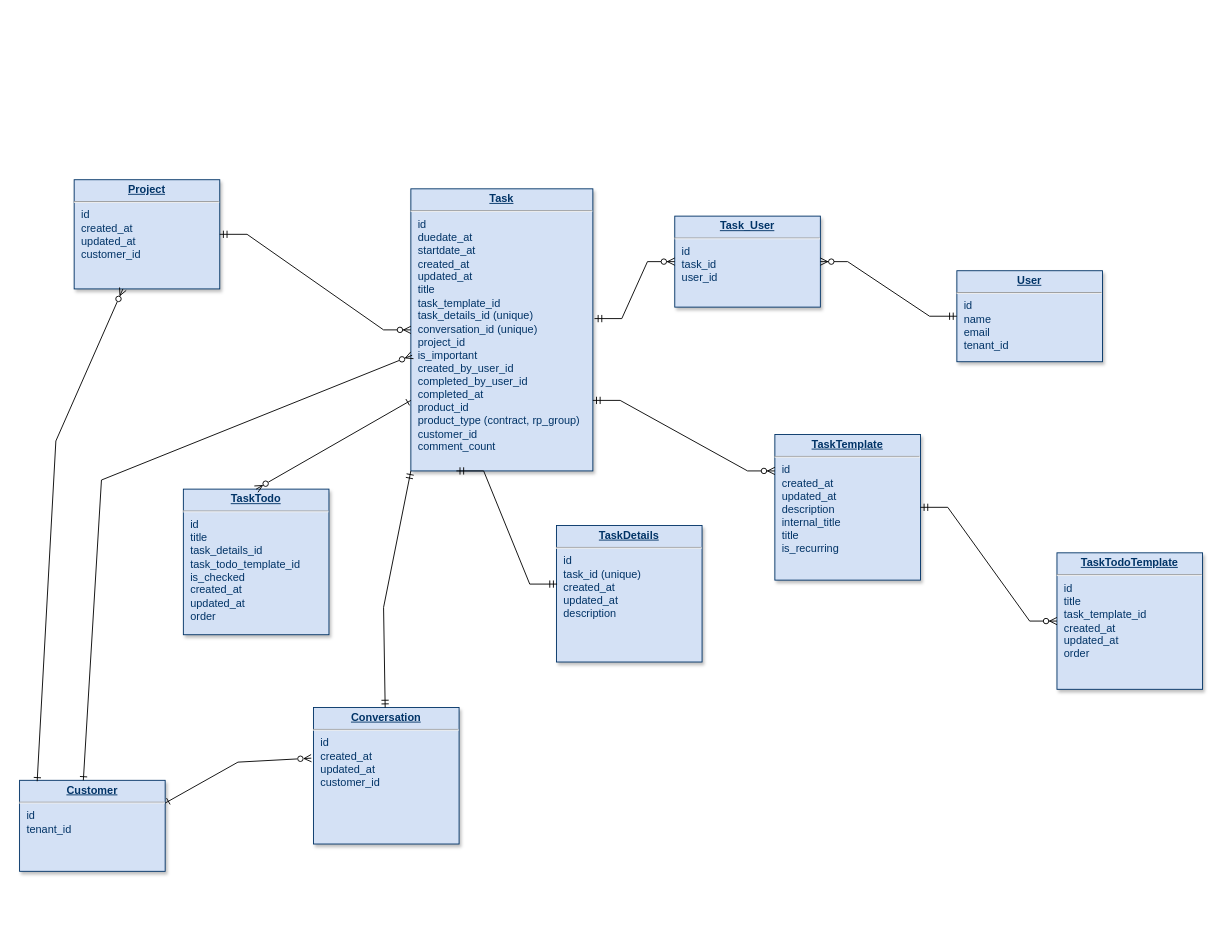
sanderha/diagrams-repo keeps this draw.io diagram as tasks.drawio. Above is the earlier version. Source tidied: cells renumbered, new cells numbered last; positions are measured from the earlier drawing's top-left corner, leaving out a move shared by most shapes. Both pictures are drawn from the tidied source at 91%, with x=0, y=0 at pixel (19, 179).
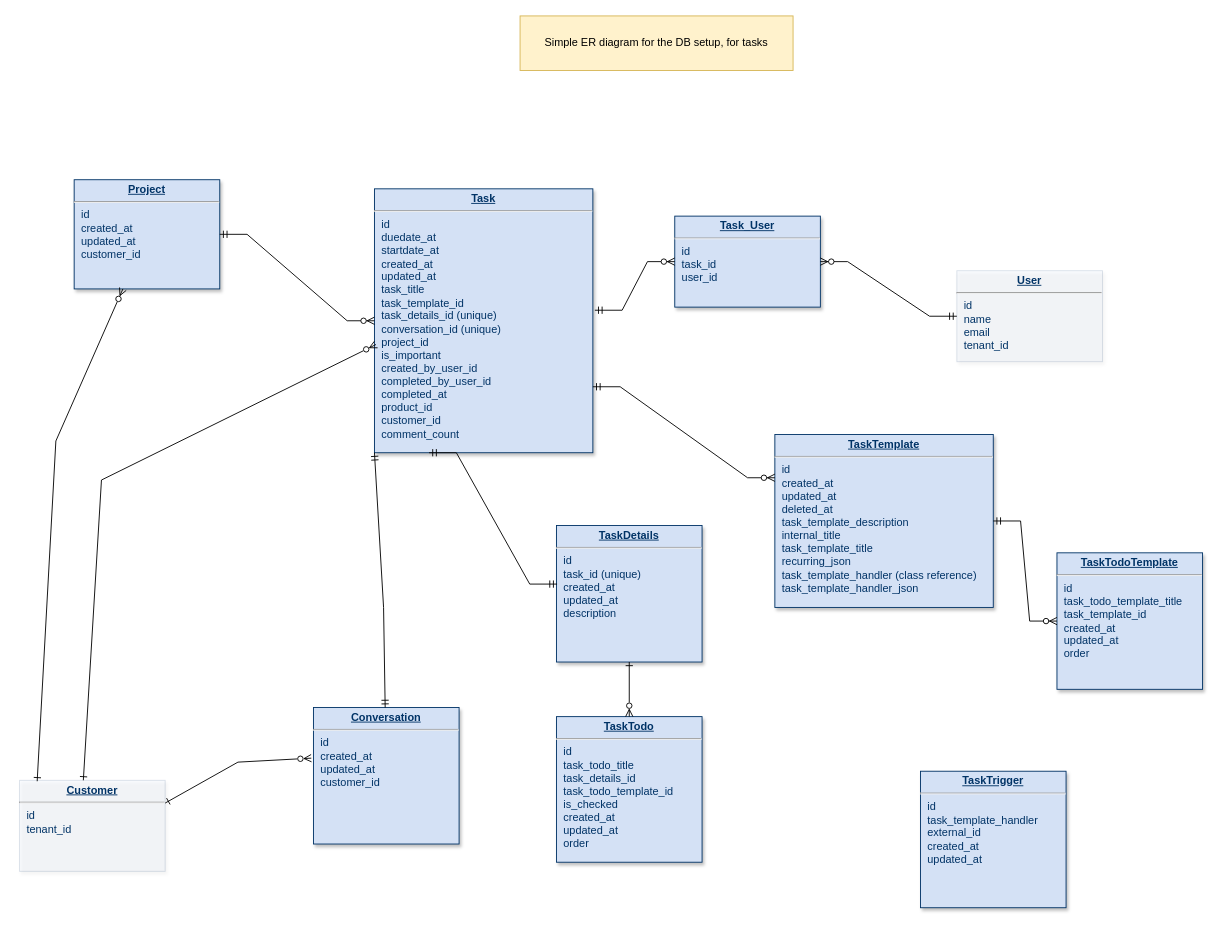
The same diagram, later.

The change refers to these unchanged cells:
```xml
<mxCell id="6" value="&lt;p style=&quot;margin: 0px ; margin-top: 4px ; text-align: center ; text-decoration: underline&quot;&gt;&lt;strong&gt;TaskDetails&lt;/strong&gt;&lt;/p&gt;&lt;hr&gt;&lt;p style=&quot;margin: 0px ; margin-left: 8px&quot;&gt;id&lt;/p&gt;&lt;p style=&quot;margin: 0px ; margin-left: 8px&quot;&gt;task_id (unique)&lt;br&gt;&lt;/p&gt;&lt;p style=&quot;margin: 0px ; margin-left: 8px&quot;&gt;created_at&lt;/p&gt;&lt;p style=&quot;margin: 0px ; margin-left: 8px&quot;&gt;updated_at&lt;/p&gt;&lt;p style=&quot;margin: 0px ; margin-left: 8px&quot;&gt;description&lt;br&gt;&lt;/p&gt;" style="verticalAlign=top;align=left;overflow=fill;fontSize=12;fontFamily=Helvetica;html=1;strokeColor=#003366;shadow=1;fillColor=#D4E1F5;fontColor=#003366;" parent="1" vertex="1">
  <mxGeometry x="590" y="380" width="160" height="150" as="geometry" />
</mxCell>
```

The edit, as a diff of the source:
```diff
@@
-    <mxCell id="2" value="&lt;p style=&quot;margin: 0px ; margin-top: 4px ; text-align: center ; text-decoration: underline&quot;&gt;&lt;strong&gt;User&lt;/strong&gt;&lt;/p&gt;&lt;hr&gt;&lt;p style=&quot;margin: 0px ; margin-left: 8px&quot;&gt;id&lt;/p&gt;&lt;p style=&quot;margin: 0px ; margin-left: 8px&quot;&gt;name&lt;/p&gt;&lt;p style=&quot;margin: 0px ; margin-left: 8px&quot;&gt;email&lt;/p&gt;&lt;p style=&quot;margin: 0px ; margin-left: 8px&quot;&gt;tenant_id&lt;br&gt;&lt;/p&gt;" style="verticalAlign=top;align=left;overflow=fill;fontSize=12;fontFamily=Helvetica;html=1;strokeColor=#003366;shadow=1;fillColor=#D4E1F5;fontColor=#003366;" parent="1" vertex="1">
+    <mxCell id="2" value="&lt;p style=&quot;margin: 0px ; margin-top: 4px ; text-align: center ; text-decoration: underline&quot;&gt;&lt;strong&gt;User&lt;/strong&gt;&lt;/p&gt;&lt;hr&gt;&lt;p style=&quot;margin: 0px ; margin-left: 8px&quot;&gt;id&lt;/p&gt;&lt;p style=&quot;margin: 0px ; margin-left: 8px&quot;&gt;name&lt;/p&gt;&lt;p style=&quot;margin: 0px ; margin-left: 8px&quot;&gt;email&lt;/p&gt;&lt;p style=&quot;margin: 0px ; margin-left: 8px&quot;&gt;tenant_id&lt;br&gt;&lt;/p&gt;" style="verticalAlign=top;align=left;overflow=fill;fontSize=12;fontFamily=Helvetica;html=1;strokeColor=#003366;shadow=1;fillColor=#D4E1F5;fontColor=#003366;opacity=15;" parent="1" vertex="1">
       <mxGeometry x="1030" y="100" width="160" height="100" as="geometry" />
     </mxCell>
-    <mxCell id="3" value="&lt;p style=&quot;margin: 0px ; margin-top: 4px ; text-align: center ; text-decoration: underline&quot;&gt;&lt;strong&gt;Task&lt;/strong&gt;&lt;/p&gt;&lt;hr&gt;&lt;p style=&quot;margin: 0px ; margin-left: 8px&quot;&gt;id&lt;/p&gt;&lt;p style=&quot;margin: 0px ; margin-left: 8px&quot;&gt;duedate_at&lt;/p&gt;&lt;p style=&quot;margin: 0px ; margin-left: 8px&quot;&gt;startdate_at&lt;/p&gt;&lt;p style=&quot;margin: 0px ; margin-left: 8px&quot;&gt;created_at&lt;/p&gt;&lt;p style=&quot;margin: 0px ; margin-left: 8px&quot;&gt;updated_at&lt;br&gt;&lt;/p&gt;&lt;p style=&quot;margin: 0px ; margin-left: 8px&quot;&gt;title&lt;/p&gt;&lt;p style=&quot;margin: 0px ; margin-left: 8px&quot;&gt;task_template_id&lt;/p&gt;&lt;p style=&quot;margin: 0px ; margin-left: 8px&quot;&gt;task_details_id (unique)&lt;br&gt;&lt;/p&gt;&lt;p style=&quot;margin: 0px ; margin-left: 8px&quot;&gt;conversation_id (unique)&lt;br&gt;&lt;/p&gt;&lt;p style=&quot;margin: 0px ; margin-left: 8px&quot;&gt;project_id&lt;br&gt;&lt;/p&gt;&lt;p style=&quot;margin: 0px ; margin-left: 8px&quot;&gt;is_important&lt;/p&gt;&lt;p style=&quot;margin: 0px ; margin-left: 8px&quot;&gt;created_by_user_id&lt;/p&gt;&lt;p style=&quot;margin: 0px ; margin-left: 8px&quot;&gt;completed_by_user_id&lt;/p&gt;&lt;p style=&quot;margin: 0px ; margin-left: 8px&quot;&gt;completed_at&lt;/p&gt;&lt;p style=&quot;margin: 0px ; margin-left: 8px&quot;&gt;product_id&lt;/p&gt;&lt;p style=&quot;margin: 0px ; margin-left: 8px&quot;&gt;product_type (contract, rp_group)&lt;/p&gt;&lt;p style=&quot;margin: 0px ; margin-left: 8px&quot;&gt;customer_id&lt;/p&gt;&lt;p style=&quot;margin: 0px ; margin-left: 8px&quot;&gt;comment_count&lt;br&gt;&lt;/p&gt;" style="verticalAlign=top;align=left;overflow=fill;fontSize=12;fontFamily=Helvetica;html=1;strokeColor=#003366;shadow=1;fillColor=#D4E1F5;fontColor=#003366;" parent="1" vertex="1">
-      <mxGeometry x="430" y="10" width="200" height="310" as="geometry" />
+    <mxCell id="3" value="&lt;p style=&quot;margin: 0px ; margin-top: 4px ; text-align: center ; text-decoration: underline&quot;&gt;&lt;strong&gt;Task&lt;/strong&gt;&lt;/p&gt;&lt;hr&gt;&lt;p style=&quot;margin: 0px ; margin-left: 8px&quot;&gt;id&lt;/p&gt;&lt;p style=&quot;margin: 0px ; margin-left: 8px&quot;&gt;duedate_at&lt;/p&gt;&lt;p style=&quot;margin: 0px ; margin-left: 8px&quot;&gt;startdate_at&lt;/p&gt;&lt;p style=&quot;margin: 0px ; margin-left: 8px&quot;&gt;created_at&lt;/p&gt;&lt;p style=&quot;margin: 0px ; margin-left: 8px&quot;&gt;updated_at&lt;br&gt;&lt;/p&gt;&lt;p style=&quot;margin: 0px ; margin-left: 8px&quot;&gt;task_title&lt;/p&gt;&lt;p style=&quot;margin: 0px ; margin-left: 8px&quot;&gt;task_template_id&lt;/p&gt;&lt;p style=&quot;margin: 0px ; margin-left: 8px&quot;&gt;task_details_id (unique)&lt;br&gt;&lt;/p&gt;&lt;p style=&quot;margin: 0px ; margin-left: 8px&quot;&gt;conversation_id (unique)&lt;/p&gt;&lt;p style=&quot;margin: 0px ; margin-left: 8px&quot;&gt;project_id&lt;br&gt;&lt;/p&gt;&lt;p style=&quot;margin: 0px ; margin-left: 8px&quot;&gt;is_important&lt;/p&gt;&lt;p style=&quot;margin: 0px ; margin-left: 8px&quot;&gt;created_by_user_id&lt;/p&gt;&lt;p style=&quot;margin: 0px ; margin-left: 8px&quot;&gt;completed_by_user_id&lt;/p&gt;&lt;p style=&quot;margin: 0px ; margin-left: 8px&quot;&gt;completed_at&lt;/p&gt;&lt;p style=&quot;margin: 0px ; margin-left: 8px&quot;&gt;product_id&lt;/p&gt;&lt;p style=&quot;margin: 0px ; margin-left: 8px&quot;&gt;customer_id&lt;/p&gt;&lt;p style=&quot;margin: 0px ; margin-left: 8px&quot;&gt;comment_count&lt;br&gt;&lt;/p&gt;" style="verticalAlign=top;align=left;overflow=fill;fontSize=12;fontFamily=Helvetica;html=1;strokeColor=#003366;shadow=1;fillColor=#D4E1F5;fontColor=#003366;" parent="1" vertex="1">
+      <mxGeometry x="390" y="10" width="240" height="290" as="geometry" />
     </mxCell>
@@
-    <mxCell id="5" value="&lt;p style=&quot;margin: 0px ; margin-top: 4px ; text-align: center ; text-decoration: underline&quot;&gt;&lt;strong&gt;TaskTodo&lt;/strong&gt;&lt;/p&gt;&lt;hr&gt;&lt;p style=&quot;margin: 0px ; margin-left: 8px&quot;&gt;id&lt;/p&gt;&lt;p style=&quot;margin: 0px ; margin-left: 8px&quot;&gt;title&lt;/p&gt;&lt;p style=&quot;margin: 0px ; margin-left: 8px&quot;&gt;task_details_id&lt;/p&gt;&lt;p style=&quot;margin: 0px ; margin-left: 8px&quot;&gt;task_todo_template_id&lt;br&gt;&lt;/p&gt;&lt;p style=&quot;margin: 0px ; margin-left: 8px&quot;&gt;is_checked&lt;/p&gt;&lt;p style=&quot;margin: 0px ; margin-left: 8px&quot;&gt;created_at&lt;/p&gt;&lt;p style=&quot;margin: 0px ; margin-left: 8px&quot;&gt;updated_at&lt;/p&gt;&lt;p style=&quot;margin: 0px ; margin-left: 8px&quot;&gt;order&lt;br&gt;&lt;/p&gt;" style="verticalAlign=top;align=left;overflow=fill;fontSize=12;fontFamily=Helvetica;html=1;strokeColor=#003366;shadow=1;fillColor=#D4E1F5;fontColor=#003366;" parent="1" vertex="1">
-      <mxGeometry x="180" y="340" width="160" height="160" as="geometry" />
+    <mxCell id="5" value="&lt;p style=&quot;margin: 0px ; margin-top: 4px ; text-align: center ; text-decoration: underline&quot;&gt;&lt;strong&gt;TaskTodo&lt;/strong&gt;&lt;/p&gt;&lt;hr&gt;&lt;p style=&quot;margin: 0px ; margin-left: 8px&quot;&gt;id&lt;/p&gt;&lt;p style=&quot;margin: 0px ; margin-left: 8px&quot;&gt;task_todo_title&lt;/p&gt;&lt;p style=&quot;margin: 0px ; margin-left: 8px&quot;&gt;task_details_id&lt;/p&gt;&lt;p style=&quot;margin: 0px ; margin-left: 8px&quot;&gt;task_todo_template_id&lt;br&gt;&lt;/p&gt;&lt;p style=&quot;margin: 0px ; margin-left: 8px&quot;&gt;is_checked&lt;/p&gt;&lt;p style=&quot;margin: 0px ; margin-left: 8px&quot;&gt;created_at&lt;/p&gt;&lt;p style=&quot;margin: 0px ; margin-left: 8px&quot;&gt;updated_at&lt;/p&gt;&lt;p style=&quot;margin: 0px ; margin-left: 8px&quot;&gt;order&lt;br&gt;&lt;/p&gt;" style="verticalAlign=top;align=left;overflow=fill;fontSize=12;fontFamily=Helvetica;html=1;strokeColor=#003366;shadow=1;fillColor=#D4E1F5;fontColor=#003366;" parent="1" vertex="1">
+      <mxGeometry x="590" y="590" width="160" height="160" as="geometry" />
     </mxCell>
@@
-    <mxCell id="8" value="&lt;p style=&quot;margin: 0px ; margin-top: 4px ; text-align: center ; text-decoration: underline&quot;&gt;&lt;strong&gt;TaskTemplate&lt;br&gt;&lt;/strong&gt;&lt;/p&gt;&lt;hr&gt;&lt;p style=&quot;margin: 0px ; margin-left: 8px&quot;&gt;id&lt;/p&gt;&lt;p style=&quot;margin: 0px ; margin-left: 8px&quot;&gt;created_at&lt;/p&gt;&lt;p style=&quot;margin: 0px ; margin-left: 8px&quot;&gt;updated_at&lt;/p&gt;&lt;p style=&quot;margin: 0px ; margin-left: 8px&quot;&gt;description&lt;/p&gt;&lt;p style=&quot;margin: 0px ; margin-left: 8px&quot;&gt;internal_title&lt;br&gt;&lt;/p&gt;&lt;p style=&quot;margin: 0px ; margin-left: 8px&quot;&gt;title&lt;/p&gt;&lt;p style=&quot;margin: 0px ; margin-left: 8px&quot;&gt;is_recurring&lt;/p&gt;&lt;p style=&quot;margin: 0px ; margin-left: 8px&quot;&gt;&lt;br&gt;&lt;/p&gt;&lt;p style=&quot;margin: 0px ; margin-left: 8px&quot;&gt;&lt;br&gt;&lt;/p&gt;" style="verticalAlign=top;align=left;overflow=fill;fontSize=12;fontFamily=Helvetica;html=1;strokeColor=#003366;shadow=1;fillColor=#D4E1F5;fontColor=#003366;" parent="1" vertex="1">
-      <mxGeometry x="830" y="280" width="160" height="160" as="geometry" />
+    <mxCell id="8" value="&lt;p style=&quot;margin: 0px ; margin-top: 4px ; text-align: center ; text-decoration: underline&quot;&gt;&lt;strong&gt;TaskTemplate&lt;br&gt;&lt;/strong&gt;&lt;/p&gt;&lt;hr&gt;&lt;p style=&quot;margin: 0px ; margin-left: 8px&quot;&gt;id&lt;/p&gt;&lt;p style=&quot;margin: 0px ; margin-left: 8px&quot;&gt;created_at&lt;/p&gt;&lt;p style=&quot;margin: 0px ; margin-left: 8px&quot;&gt;updated_at&lt;/p&gt;&lt;p style=&quot;margin: 0px ; margin-left: 8px&quot;&gt;deleted_at&lt;br&gt;&lt;/p&gt;&lt;p style=&quot;margin: 0px ; margin-left: 8px&quot;&gt;task_template_description&lt;/p&gt;&lt;p style=&quot;margin: 0px ; margin-left: 8px&quot;&gt;internal_title&lt;br&gt;&lt;/p&gt;&lt;p style=&quot;margin: 0px ; margin-left: 8px&quot;&gt;task_template_title&lt;/p&gt;&lt;p style=&quot;margin: 0px ; margin-left: 8px&quot;&gt;recurring_json&lt;/p&gt;&lt;p style=&quot;margin: 0px ; margin-left: 8px&quot;&gt;task_template_handler (class reference)&lt;br&gt;&lt;/p&gt;&lt;p style=&quot;margin: 0px ; margin-left: 8px&quot;&gt;task_template_handler_json&lt;/p&gt;" style="verticalAlign=top;align=left;overflow=fill;fontSize=12;fontFamily=Helvetica;html=1;strokeColor=#003366;shadow=1;fillColor=#D4E1F5;fontColor=#003366;" parent="1" vertex="1">
+      <mxGeometry x="830" y="280" width="240" height="190" as="geometry" />
     </mxCell>
-    <mxCell id="9" value="&lt;p style=&quot;margin: 0px ; margin-top: 4px ; text-align: center ; text-decoration: underline&quot;&gt;&lt;strong&gt;TaskTodoTemplate&lt;/strong&gt;&lt;/p&gt;&lt;hr&gt;&lt;p style=&quot;margin: 0px ; margin-left: 8px&quot;&gt;id&lt;/p&gt;&lt;p style=&quot;margin: 0px ; margin-left: 8px&quot;&gt;title&lt;/p&gt;&lt;p style=&quot;margin: 0px ; margin-left: 8px&quot;&gt;task_template_id&lt;/p&gt;&lt;p style=&quot;margin: 0px ; margin-left: 8px&quot;&gt;created_at&lt;/p&gt;&lt;p style=&quot;margin: 0px ; margin-left: 8px&quot;&gt;updated_at&lt;/p&gt;&lt;p style=&quot;margin: 0px ; margin-left: 8px&quot;&gt;order&lt;br&gt;&lt;/p&gt;" style="verticalAlign=top;align=left;overflow=fill;fontSize=12;fontFamily=Helvetica;html=1;strokeColor=#003366;shadow=1;fillColor=#D4E1F5;fontColor=#003366;" parent="1" vertex="1">
+    <mxCell id="9" value="&lt;p style=&quot;margin: 0px ; margin-top: 4px ; text-align: center ; text-decoration: underline&quot;&gt;&lt;strong&gt;TaskTodoTemplate&lt;/strong&gt;&lt;/p&gt;&lt;hr&gt;&lt;p style=&quot;margin: 0px ; margin-left: 8px&quot;&gt;id&lt;/p&gt;&lt;p style=&quot;margin: 0px ; margin-left: 8px&quot;&gt;task_todo_template_title&lt;/p&gt;&lt;p style=&quot;margin: 0px ; margin-left: 8px&quot;&gt;task_template_id&lt;/p&gt;&lt;p style=&quot;margin: 0px ; margin-left: 8px&quot;&gt;created_at&lt;/p&gt;&lt;p style=&quot;margin: 0px ; margin-left: 8px&quot;&gt;updated_at&lt;/p&gt;&lt;p style=&quot;margin: 0px ; margin-left: 8px&quot;&gt;order&lt;br&gt;&lt;/p&gt;" style="verticalAlign=top;align=left;overflow=fill;fontSize=12;fontFamily=Helvetica;html=1;strokeColor=#003366;shadow=1;fillColor=#D4E1F5;fontColor=#003366;" parent="1" vertex="1">
       <mxGeometry x="1140" y="410" width="160" height="150" as="geometry" />
     </mxCell>
@@
-    <mxCell id="17" style="endArrow=ERone;html=1;rounded=0;strokeColor=default;entryX=0;entryY=0.75;entryDx=0;entryDy=0;exitX=0.5;exitY=0;exitDx=0;exitDy=0;startArrow=ERzeroToMany;startFill=0;endFill=0;" parent="1" edge="1" source="5" target="3">
+    <mxCell id="17" style="endArrow=ERone;html=1;rounded=0;strokeColor=default;startArrow=ERzeroToMany;startFill=0;endFill=0;entryX=0.5;entryY=1;entryDx=0;entryDy=0;" parent="1" edge="1" source="5" target="6">
       <mxGeometry relative="1" as="geometry" />
     </mxCell>
@@
-    <mxCell id="19" value="&lt;p style=&quot;margin: 0px ; margin-top: 4px ; text-align: center ; text-decoration: underline&quot;&gt;&lt;strong&gt;Customer&lt;/strong&gt;&lt;/p&gt;&lt;hr&gt;&lt;p style=&quot;margin: 0px ; margin-left: 8px&quot;&gt;id&lt;/p&gt;&lt;p style=&quot;margin: 0px ; margin-left: 8px&quot;&gt;tenant_id&lt;br&gt;&lt;/p&gt;" style="verticalAlign=top;align=left;overflow=fill;fontSize=12;fontFamily=Helvetica;html=1;strokeColor=#003366;shadow=1;fillColor=#D4E1F5;fontColor=#003366;" parent="1" vertex="1">
+    <mxCell id="19" value="&lt;p style=&quot;margin: 0px ; margin-top: 4px ; text-align: center ; text-decoration: underline&quot;&gt;&lt;strong&gt;Customer&lt;/strong&gt;&lt;/p&gt;&lt;hr&gt;&lt;p style=&quot;margin: 0px ; margin-left: 8px&quot;&gt;id&lt;/p&gt;&lt;p style=&quot;margin: 0px ; margin-left: 8px&quot;&gt;tenant_id&lt;br&gt;&lt;/p&gt;" style="verticalAlign=top;align=left;overflow=fill;fontSize=12;fontFamily=Helvetica;html=1;strokeColor=#003366;shadow=1;fillColor=#D4E1F5;fontColor=#003366;opacity=15;" parent="1" vertex="1">
       <mxGeometry y="660" width="160" height="100" as="geometry" />
     </mxCell>
@@
+    <mxCell id="23" value="Simple ER diagram for the DB setup, for tasks" style="rounded=0;whiteSpace=wrap;html=1;fillColor=#fff2cc;strokeColor=#d6b656;" parent="1" vertex="1">
+      <mxGeometry x="550" y="-180" width="300" height="60" as="geometry" />
+    </mxCell>
+    <mxCell id="24" value="&lt;p style=&quot;margin: 0px ; margin-top: 4px ; text-align: center ; text-decoration: underline&quot;&gt;&lt;strong&gt;TaskTrigger&lt;/strong&gt;&lt;/p&gt;&lt;hr&gt;&lt;p style=&quot;margin: 0px ; margin-left: 8px&quot;&gt;id&lt;/p&gt;&lt;p style=&quot;margin: 0px ; margin-left: 8px&quot;&gt;task_template_handler&lt;/p&gt;&lt;p style=&quot;margin: 0px ; margin-left: 8px&quot;&gt;external_id&lt;br&gt;&lt;/p&gt;&lt;p style=&quot;margin: 0px ; margin-left: 8px&quot;&gt;created_at&lt;/p&gt;&lt;p style=&quot;margin: 0px ; margin-left: 8px&quot;&gt;updated_at&lt;/p&gt;" style="verticalAlign=top;align=left;overflow=fill;fontSize=12;fontFamily=Helvetica;html=1;strokeColor=#003366;shadow=1;fillColor=#D4E1F5;fontColor=#003366;" parent="1" vertex="1">
+      <mxGeometry x="990" y="650" width="160" height="150" as="geometry" />
+    </mxCell>
```
